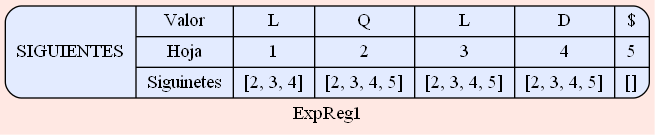
Earlier version of the Graphviz export SIGUIENTES_202000119/Siguientes_ExpReg1.png (SergieArizandieta/OLC1-P1-202000119). Its source is kept beside it as SIGUIENTES_202000119/Siguientes_ExpReg1.dot.
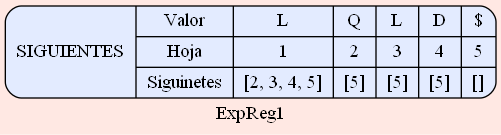
The same diagram one commit later.

The edit, as a diff of the source:
```diff
@@ -3,10 +3,10 @@
  node [shape=Mrecord fillcolor="#E3EBFF" style =filled];
 label ="ExpReg1"
 struct1 [label="SIGUIENTES| { Valor | Hoja| Siguinetes } |
-{ L| 1 | [2, 3, 4]}|
-{ Q| 2 | [2, 3, 4, 5]}|
-{ L| 3 | [2, 3, 4, 5]}|
-{ D| 4 | [2, 3, 4, 5]}|
+{ L| 1 | [2, 3, 4, 5]}|
+{ Q| 2 | [5]}|
+{ L| 3 | [5]}|
+{ D| 4 | [5]}|
 { $| 5 | []}
 "];
  }
```
